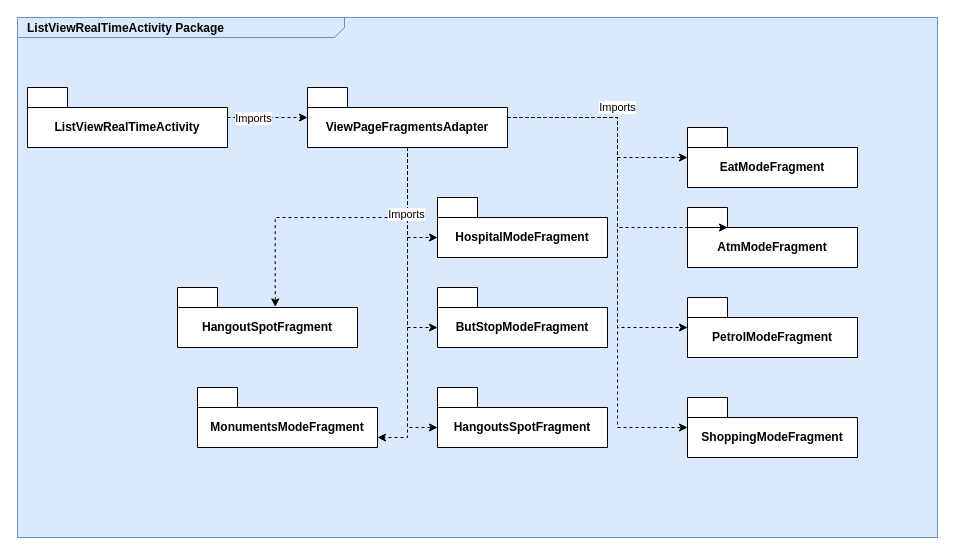
Above: FinalCityInfoActivity.drawio in MurielleMardenli200/LOG8430_TP1 (draw.io), before the change. Source tidied: cells renumbered, new cells numbered last; positions are measured from the earlier drawing's top-left corner, leaving out a move shared by most shapes. Both pictures are drawn from the tidied source at 100%, with x=0, y=0 at pixel (17, 17).
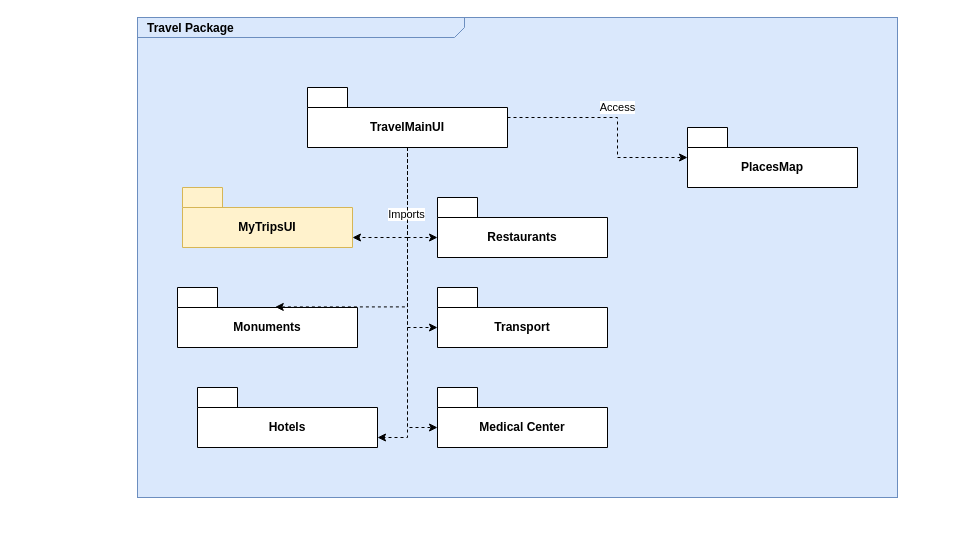
The same page after the edit.

What changed in the source:
```diff
@@
-    <mxCell id="2" value="&lt;p style=&quot;margin: 0px ; margin-top: 4px ; margin-left: 10px ; text-align: left&quot;&gt;&lt;span style=&quot;background-color: transparent; text-align: center;&quot;&gt;&lt;b&gt;ListViewRealTimeActivity&lt;/b&gt;&lt;/span&gt;&lt;b&gt;&amp;nbsp;Package&lt;/b&gt;&lt;/p&gt;" style="html=1;strokeWidth=1;shape=mxgraph.sysml.package;html=1;overflow=fill;whiteSpace=wrap;fillColor=#dae8fc;fontSize=12;align=center;labelX=327.64;strokeColor=#6c8ebf;" parent="1" vertex="1">
-      <mxGeometry width="920" height="520" as="geometry" />
+    <mxCell id="2" value="&lt;p style=&quot;margin: 0px ; margin-top: 4px ; margin-left: 10px ; text-align: left&quot;&gt;&lt;span style=&quot;background-color: transparent; text-align: center;&quot;&gt;&lt;b&gt;Travel&lt;/b&gt;&lt;/span&gt;&lt;b&gt;&amp;nbsp;Package&lt;/b&gt;&lt;/p&gt;" style="html=1;strokeWidth=1;shape=mxgraph.sysml.package;html=1;overflow=fill;whiteSpace=wrap;fillColor=#dae8fc;fontSize=12;align=center;labelX=327.64;strokeColor=#6c8ebf;" parent="1" vertex="1">
+      <mxGeometry x="120" width="760" height="480" as="geometry" />
     </mxCell>
-    <mxCell id="3" value="Imports" style="edgeStyle=orthogonalEdgeStyle;shape=connector;rounded=0;jettySize=auto;html=1;dashed=1;strokeColor=default;align=center;verticalAlign=middle;fontFamily=Helvetica;fontSize=11;fontColor=default;labelBackgroundColor=default;endArrow=classic;" parent="1" edge="1" source="6" target="15">
+    <mxCell id="3" value="Access" style="edgeStyle=orthogonalEdgeStyle;shape=connector;rounded=0;jettySize=auto;html=1;dashed=1;strokeColor=default;align=center;verticalAlign=middle;fontFamily=Helvetica;fontSize=11;fontColor=default;labelBackgroundColor=default;endArrow=classic;" parent="1" edge="1" source="6" target="15">
       <mxGeometry y="-10" relative="1" as="geometry">
         <Array as="points">
           <mxPoint x="600" y="100" />
           <mxPoint x="600" y="140" />
         </Array>
         <mxPoint x="10" y="-10" as="offset" />
       </mxGeometry>
     </mxCell>
-    <mxCell id="4" style="edgeStyle=orthogonalEdgeStyle;shape=connector;rounded=0;jettySize=auto;html=1;dashed=1;strokeColor=default;align=center;verticalAlign=middle;fontFamily=Helvetica;fontSize=11;fontColor=default;labelBackgroundColor=default;endArrow=classic;" parent="1" edge="1" source="6" target="11">
-      <mxGeometry relative="1" as="geometry">
-        <Array as="points">
-          <mxPoint x="600" y="100" />
-          <mxPoint x="600" y="410" />
-        </Array>
-      </mxGeometry>
-    </mxCell>
-    <mxCell id="5" style="edgeStyle=orthogonalEdgeStyle;shape=connector;rounded=0;jettySize=auto;html=1;dashed=1;strokeColor=default;align=center;verticalAlign=middle;fontFamily=Helvetica;fontSize=11;fontColor=default;labelBackgroundColor=default;endArrow=classic;" parent="1" edge="1" source="6" target="12">
-      <mxGeometry relative="1" as="geometry">
-        <Array as="points">
-          <mxPoint x="600" y="100" />
-          <mxPoint x="600" y="310" />
-        </Array>
-      </mxGeometry>
-    </mxCell>
-    <mxCell id="6" value="ViewPageFragmentsAdapter" style="shape=folder;fontStyle=1;tabWidth=40;tabHeight=20;tabPosition=left;html=1;boundedLbl=1;whiteSpace=wrap;" parent="1" vertex="1">
+    <mxCell id="6" value="TravelMainUI" style="shape=folder;fontStyle=1;tabWidth=40;tabHeight=20;tabPosition=left;html=1;boundedLbl=1;whiteSpace=wrap;" parent="1" vertex="1">
       <mxGeometry x="290" y="70" width="200" height="60" as="geometry" />
     </mxCell>
-    <mxCell id="7" value="HangoutSpotFragment" style="shape=folder;fontStyle=1;tabWidth=40;tabHeight=20;tabPosition=left;html=1;boundedLbl=1;whiteSpace=wrap;" parent="1" vertex="1">
+    <mxCell id="7" value="Monuments" style="shape=folder;fontStyle=1;tabWidth=40;tabHeight=20;tabPosition=left;html=1;boundedLbl=1;whiteSpace=wrap;" parent="1" vertex="1">
       <mxGeometry x="160" y="270" width="180" height="60" as="geometry" />
     </mxCell>
-    <mxCell id="8" value="MonumentsModeFragment" style="shape=folder;fontStyle=1;tabWidth=40;tabHeight=20;tabPosition=left;html=1;boundedLbl=1;whiteSpace=wrap;" parent="1" vertex="1">
+    <mxCell id="8" value="Hotels" style="shape=folder;fontStyle=1;tabWidth=40;tabHeight=20;tabPosition=left;html=1;boundedLbl=1;whiteSpace=wrap;" parent="1" vertex="1">
       <mxGeometry x="180" y="370" width="180" height="60" as="geometry" />
     </mxCell>
-    <mxCell id="9" value="HangoutsSpotFragment" style="shape=folder;fontStyle=1;tabWidth=40;tabHeight=20;tabPosition=left;html=1;boundedLbl=1;whiteSpace=wrap;" parent="1" vertex="1">
+    <mxCell id="9" value="Medical Center" style="shape=folder;fontStyle=1;tabWidth=40;tabHeight=20;tabPosition=left;html=1;boundedLbl=1;whiteSpace=wrap;" parent="1" vertex="1">
       <mxGeometry x="420" y="370" width="170" height="60" as="geometry" />
     </mxCell>
-    <mxCell id="10" value="ButStopModeFragment" style="shape=folder;fontStyle=1;tabWidth=40;tabHeight=20;tabPosition=left;html=1;boundedLbl=1;whiteSpace=wrap;" parent="1" vertex="1">
+    <mxCell id="10" value="Transport" style="shape=folder;fontStyle=1;tabWidth=40;tabHeight=20;tabPosition=left;html=1;boundedLbl=1;whiteSpace=wrap;" parent="1" vertex="1">
       <mxGeometry x="420" y="270" width="170" height="60" as="geometry" />
     </mxCell>
-    <mxCell id="11" value="ShoppingModeFragment" style="shape=folder;fontStyle=1;tabWidth=40;tabHeight=20;tabPosition=left;html=1;boundedLbl=1;whiteSpace=wrap;" parent="1" vertex="1">
-      <mxGeometry x="670" y="380" width="170" height="60" as="geometry" />
-    </mxCell>
-    <mxCell id="12" value="PetrolModeFragment" style="shape=folder;fontStyle=1;tabWidth=40;tabHeight=20;tabPosition=left;html=1;boundedLbl=1;whiteSpace=wrap;" parent="1" vertex="1">
-      <mxGeometry x="670" y="280" width="170" height="60" as="geometry" />
-    </mxCell>
-    <mxCell id="13" value="AtmModeFragment" style="shape=folder;fontStyle=1;tabWidth=40;tabHeight=20;tabPosition=left;html=1;boundedLbl=1;whiteSpace=wrap;" parent="1" vertex="1">
-      <mxGeometry x="670" y="190" width="170" height="60" as="geometry" />
-    </mxCell>
-    <mxCell id="14" value="HospitalModeFragment" style="shape=folder;fontStyle=1;tabWidth=40;tabHeight=20;tabPosition=left;html=1;boundedLbl=1;whiteSpace=wrap;" parent="1" vertex="1">
+    <mxCell id="14" value="Restaurants" style="shape=folder;fontStyle=1;tabWidth=40;tabHeight=20;tabPosition=left;html=1;boundedLbl=1;whiteSpace=wrap;" parent="1" vertex="1">
       <mxGeometry x="420" y="180" width="170" height="60" as="geometry" />
     </mxCell>
-    <mxCell id="15" value="EatModeFragment" style="shape=folder;fontStyle=1;tabWidth=40;tabHeight=20;tabPosition=left;html=1;boundedLbl=1;whiteSpace=wrap;" parent="1" vertex="1">
+    <mxCell id="15" value="PlacesMap" style="shape=folder;fontStyle=1;tabWidth=40;tabHeight=20;tabPosition=left;html=1;boundedLbl=1;whiteSpace=wrap;" parent="1" vertex="1">
       <mxGeometry x="670" y="110" width="170" height="60" as="geometry" />
     </mxCell>
-    <mxCell id="16" style="edgeStyle=orthogonalEdgeStyle;shape=connector;rounded=0;jettySize=auto;html=1;entryX=0;entryY=0;entryDx=40;entryDy=20;entryPerimeter=0;dashed=1;strokeColor=default;align=center;verticalAlign=middle;fontFamily=Helvetica;fontSize=11;fontColor=default;labelBackgroundColor=default;endArrow=classic;" parent="1" edge="1" source="6" target="13">
-      <mxGeometry relative="1" as="geometry">
-        <Array as="points">
-          <mxPoint x="600" y="100" />
-          <mxPoint x="600" y="210" />
-        </Array>
-      </mxGeometry>
-    </mxCell>
@@
     <mxCell id="19" style="edgeStyle=orthogonalEdgeStyle;shape=connector;rounded=0;jettySize=auto;html=1;dashed=1;strokeColor=default;align=center;verticalAlign=middle;fontFamily=Helvetica;fontSize=11;fontColor=default;labelBackgroundColor=default;endArrow=classic;entryX=0.543;entryY=0.324;entryDx=0;entryDy=0;entryPerimeter=0;" parent="1" edge="1" source="6" target="7">
-      <mxGeometry relative="1" as="geometry" />
+      <mxGeometry relative="1" as="geometry">
+        <Array as="points">
+          <mxPoint x="390" y="289" />
+        </Array>
+      </mxGeometry>
     </mxCell>
@@
-    <mxCell id="23" style="edgeStyle=orthogonalEdgeStyle;shape=connector;rounded=0;jettySize=auto;html=1;dashed=1;strokeColor=default;align=center;verticalAlign=middle;fontFamily=Helvetica;fontSize=11;fontColor=default;labelBackgroundColor=default;endArrow=classic;" parent="1" edge="1" source="25" target="6">
-      <mxGeometry relative="1" as="geometry" />
-    </mxCell>
-    <mxCell id="24" value="Imports" style="edgeLabel;html=1;align=center;verticalAlign=middle;fontFamily=Helvetica;fontSize=11;fontColor=default;labelBackgroundColor=default;" parent="23" vertex="1">
-      <mxGeometry x="0.12" y="1" relative="1" as="geometry">
-        <mxPoint x="-20" y="1" as="offset" />
-      </mxGeometry>
-    </mxCell>
-    <mxCell id="25" value="&lt;b&gt;ListViewRealTimeActivity&lt;/b&gt;" style="shape=folder;fontStyle=1;tabWidth=40;tabHeight=20;tabPosition=left;html=1;boundedLbl=1;whiteSpace=wrap;" parent="1" vertex="1">
-      <mxGeometry x="10" y="70" width="200" height="60" as="geometry" />
-    </mxCell>
+    <mxCell id="26" value="MyTripsUI" style="shape=folder;fontStyle=1;tabWidth=40;tabHeight=20;tabPosition=left;html=1;boundedLbl=1;whiteSpace=wrap;fillColor=#fff2cc;strokeColor=#d6b656;" parent="1" vertex="1">
+      <mxGeometry x="165" y="170" width="170" height="60" as="geometry" />
+    </mxCell>
+    <mxCell id="27" style="edgeStyle=orthogonalEdgeStyle;shape=connector;rounded=0;jettySize=auto;html=1;entryX=0;entryY=0;entryDx=170;entryDy=50;entryPerimeter=0;dashed=1;strokeColor=default;align=center;verticalAlign=middle;fontFamily=Helvetica;fontSize=11;fontColor=default;labelBackgroundColor=default;endArrow=classic;" parent="1" edge="1" source="6" target="26">
+      <mxGeometry relative="1" as="geometry" />
+    </mxCell>
```
